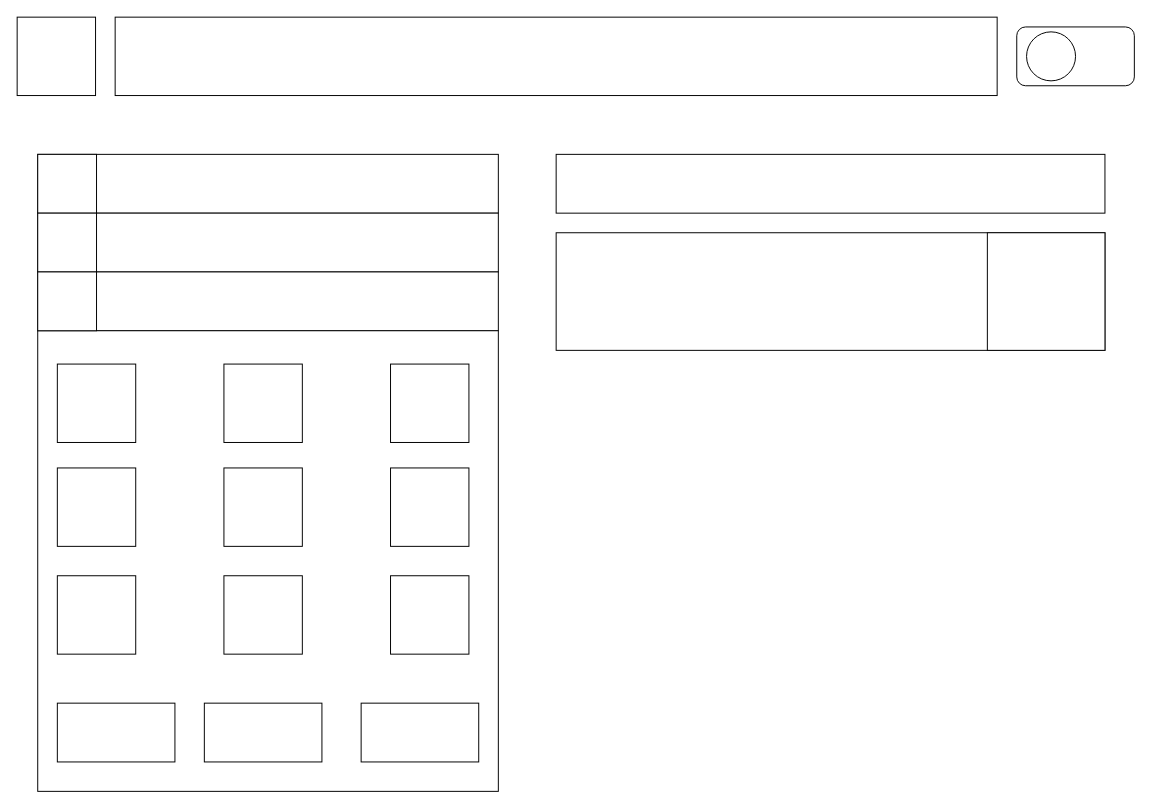
Earlier version of the draw.io diagram SE file.drawio.xml (WillTheDeveloper/drawio). Source tidied: cells renumbered, new cells numbered last; positions are measured from the earlier drawing's top-left corner, leaving out a move shared by most shapes. Both pictures are drawn from the tidied source at 98%, with x=0, y=0 at pixel (17, 17).
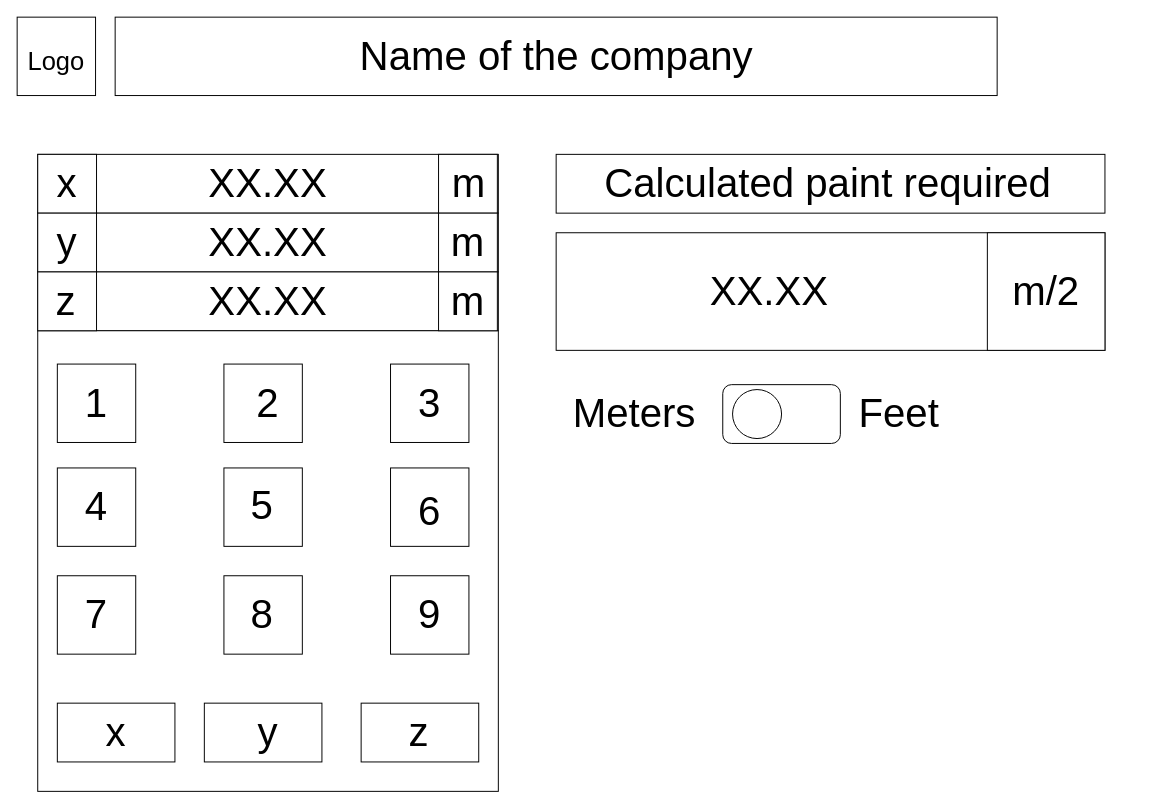
After the change.

Commit message:
Nearly finished the size calc

The edit, as a diff of the source:
```diff
@@
     <mxCell id="4" style="rounded=1;whiteSpace=wrap;html=1;" parent="1" vertex="1">
-      <mxGeometry x="1020" y="10" width="120" height="60" as="geometry" />
+      <mxGeometry x="720" y="375" width="120" height="60" as="geometry" />
     </mxCell>
     <mxCell id="5" style="ellipse;whiteSpace=wrap;html=1;" parent="1" vertex="1">
-      <mxGeometry x="1030" y="15" width="50" height="50" as="geometry" />
+      <mxGeometry x="730" y="380" width="50" height="50" as="geometry" />
     </mxCell>
@@
+    <mxCell id="28" value="&lt;font style=&quot;font-size: 41px&quot;&gt;Name of the company&lt;/font&gt;" style="text;html=1;strokeColor=none;fillColor=none;align=center;verticalAlign=middle;whiteSpace=wrap;rounded=0;" parent="1" vertex="1">
+      <mxGeometry x="131" y="10" width="839" height="60" as="geometry" />
+    </mxCell>
+    <mxCell id="29" value="1" style="text;html=1;strokeColor=none;fillColor=none;align=center;verticalAlign=middle;whiteSpace=wrap;rounded=0;fontSize=41;" parent="1" vertex="1">
+      <mxGeometry x="51" y="379" width="60" height="30" as="geometry" />
+    </mxCell>
+    <mxCell id="30" value="2" style="text;html=1;strokeColor=none;fillColor=none;align=center;verticalAlign=middle;whiteSpace=wrap;rounded=0;fontSize=41;" parent="1" vertex="1">
+      <mxGeometry x="226" y="380" width="60" height="30" as="geometry" />
+    </mxCell>
+    <mxCell id="31" value="3" style="text;html=1;strokeColor=none;fillColor=none;align=center;verticalAlign=middle;whiteSpace=wrap;rounded=0;fontSize=41;" parent="1" vertex="1">
+      <mxGeometry x="391" y="380" width="60" height="30" as="geometry" />
+    </mxCell>
+    <mxCell id="32" value="4" style="text;html=1;strokeColor=none;fillColor=none;align=center;verticalAlign=middle;whiteSpace=wrap;rounded=0;fontSize=41;" parent="1" vertex="1">
+      <mxGeometry x="51" y="485" width="60" height="30" as="geometry" />
+    </mxCell>
+    <mxCell id="33" value="5" style="text;html=1;strokeColor=none;fillColor=none;align=center;verticalAlign=middle;whiteSpace=wrap;rounded=0;fontSize=41;" parent="1" vertex="1">
+      <mxGeometry x="220" y="484" width="60" height="30" as="geometry" />
+    </mxCell>
+    <mxCell id="34" value="6" style="text;html=1;strokeColor=none;fillColor=none;align=center;verticalAlign=middle;whiteSpace=wrap;rounded=0;fontSize=41;" parent="1" vertex="1">
+      <mxGeometry x="391" y="490" width="60" height="30" as="geometry" />
+    </mxCell>
+    <mxCell id="35" value="7" style="text;html=1;strokeColor=none;fillColor=none;align=center;verticalAlign=middle;whiteSpace=wrap;rounded=0;fontSize=41;" parent="1" vertex="1">
+      <mxGeometry x="51" y="595" width="60" height="30" as="geometry" />
+    </mxCell>
+    <mxCell id="36" value="8" style="text;html=1;strokeColor=none;fillColor=none;align=center;verticalAlign=middle;whiteSpace=wrap;rounded=0;fontSize=41;" parent="1" vertex="1">
+      <mxGeometry x="220" y="595" width="60" height="30" as="geometry" />
+    </mxCell>
+    <mxCell id="37" value="9" style="text;html=1;strokeColor=none;fillColor=none;align=center;verticalAlign=middle;whiteSpace=wrap;rounded=0;fontSize=41;" parent="1" vertex="1">
+      <mxGeometry x="391" y="595" width="60" height="30" as="geometry" />
+    </mxCell>
+    <mxCell id="38" value="x" style="text;html=1;strokeColor=none;fillColor=none;align=center;verticalAlign=middle;whiteSpace=wrap;rounded=0;fontSize=41;" parent="1" vertex="1">
+      <mxGeometry x="21" y="155" width="60" height="30" as="geometry" />
+    </mxCell>
+    <mxCell id="39" value="y" style="text;html=1;strokeColor=none;fillColor=none;align=center;verticalAlign=middle;whiteSpace=wrap;rounded=0;fontSize=41;" parent="1" vertex="1">
+      <mxGeometry x="21" y="215" width="60" height="30" as="geometry" />
+    </mxCell>
+    <mxCell id="40" value="z" style="text;html=1;strokeColor=none;fillColor=none;align=center;verticalAlign=middle;whiteSpace=wrap;rounded=0;fontSize=41;" parent="1" vertex="1">
+      <mxGeometry x="20" y="275" width="60" height="30" as="geometry" />
+    </mxCell>
+    <mxCell id="41" value="m/2" style="text;html=1;strokeColor=none;fillColor=none;align=center;verticalAlign=middle;whiteSpace=wrap;rounded=0;fontSize=41;" parent="1" vertex="1">
+      <mxGeometry x="1020" y="265" width="60" height="30" as="geometry" />
+    </mxCell>
+    <mxCell id="42" value="XX.XX" style="text;html=1;strokeColor=none;fillColor=none;align=center;verticalAlign=middle;whiteSpace=wrap;rounded=0;fontSize=41;" parent="1" vertex="1">
+      <mxGeometry x="575" y="230" width="385" height="100" as="geometry" />
+    </mxCell>
+    <mxCell id="43" value="Calculated paint required" style="text;html=1;strokeColor=none;fillColor=none;align=center;verticalAlign=middle;whiteSpace=wrap;rounded=0;fontSize=41;" parent="1" vertex="1">
+      <mxGeometry x="575" y="155" width="505" height="30" as="geometry" />
+    </mxCell>
+    <mxCell id="44" value="x" style="text;html=1;strokeColor=none;fillColor=none;align=center;verticalAlign=middle;whiteSpace=wrap;rounded=0;fontSize=41;" parent="1" vertex="1">
+      <mxGeometry x="71" y="715" width="60" height="30" as="geometry" />
+    </mxCell>
+    <mxCell id="45" value="y" style="text;html=1;strokeColor=none;fillColor=none;align=center;verticalAlign=middle;whiteSpace=wrap;rounded=0;fontSize=41;" parent="1" vertex="1">
+      <mxGeometry x="226" y="715" width="60" height="30" as="geometry" />
+    </mxCell>
+    <mxCell id="46" value="z" style="text;html=1;strokeColor=none;fillColor=none;align=center;verticalAlign=middle;whiteSpace=wrap;rounded=0;fontSize=41;" parent="1" vertex="1">
+      <mxGeometry x="380" y="715" width="60" height="30" as="geometry" />
+    </mxCell>
+    <mxCell id="47" style="whiteSpace=wrap;html=1;fontSize=41;" parent="1" vertex="1">
+      <mxGeometry x="430" y="140" width="60" height="60" as="geometry" />
+    </mxCell>
+    <mxCell id="48" style="whiteSpace=wrap;html=1;fontSize=41;" parent="1" vertex="1">
+      <mxGeometry x="430" y="200" width="60" height="60" as="geometry" />
+    </mxCell>
+    <mxCell id="49" style="whiteSpace=wrap;html=1;fontSize=41;" parent="1" vertex="1">
+      <mxGeometry x="430" y="260" width="60" height="60" as="geometry" />
+    </mxCell>
+    <mxCell id="50" value="m" style="text;html=1;strokeColor=none;fillColor=none;align=center;verticalAlign=middle;whiteSpace=wrap;rounded=0;fontSize=41;" parent="1" vertex="1">
+      <mxGeometry x="431" y="155" width="60" height="30" as="geometry" />
+    </mxCell>
+    <mxCell id="51" value="m" style="text;html=1;strokeColor=none;fillColor=none;align=center;verticalAlign=middle;whiteSpace=wrap;rounded=0;fontSize=41;" parent="1" vertex="1">
+      <mxGeometry x="430" y="215" width="60" height="30" as="geometry" />
+    </mxCell>
+    <mxCell id="52" value="m" style="text;html=1;strokeColor=none;fillColor=none;align=center;verticalAlign=middle;whiteSpace=wrap;rounded=0;fontSize=41;" parent="1" vertex="1">
+      <mxGeometry x="430" y="275" width="60" height="30" as="geometry" />
+    </mxCell>
+    <mxCell id="53" value="Meters" style="text;html=1;strokeColor=none;fillColor=none;align=center;verticalAlign=middle;whiteSpace=wrap;rounded=0;fontSize=41;" parent="1" vertex="1">
+      <mxGeometry x="600" y="390" width="60" height="30" as="geometry" />
+    </mxCell>
+    <mxCell id="54" value="Feet" style="text;html=1;strokeColor=none;fillColor=none;align=center;verticalAlign=middle;whiteSpace=wrap;rounded=0;fontSize=41;" parent="1" vertex="1">
+      <mxGeometry x="870" y="390" width="60" height="30" as="geometry" />
+    </mxCell>
+    <mxCell id="55" value="XX.XX" style="text;html=1;strokeColor=none;fillColor=none;align=center;verticalAlign=middle;whiteSpace=wrap;rounded=0;fontSize=41;" parent="1" vertex="1">
+      <mxGeometry x="226" y="155" width="60" height="30" as="geometry" />
+    </mxCell>
+    <mxCell id="56" value="XX.XX" style="text;html=1;strokeColor=none;fillColor=none;align=center;verticalAlign=middle;whiteSpace=wrap;rounded=0;fontSize=41;" parent="1" vertex="1">
+      <mxGeometry x="226" y="215" width="60" height="30" as="geometry" />
+    </mxCell>
+    <mxCell id="57" value="XX.XX" style="text;html=1;strokeColor=none;fillColor=none;align=center;verticalAlign=middle;whiteSpace=wrap;rounded=0;fontSize=41;" parent="1" vertex="1">
+      <mxGeometry x="226" y="275" width="60" height="30" as="geometry" />
+    </mxCell>
+    <mxCell id="58" value="&lt;font style=&quot;font-size: 26px&quot;&gt;Logo&lt;/font&gt;" style="text;html=1;strokeColor=none;fillColor=none;align=center;verticalAlign=middle;whiteSpace=wrap;rounded=0;fontSize=41;" parent="1" vertex="1">
+      <mxGeometry x="10" y="25" width="60" height="30" as="geometry" />
+    </mxCell>
```
